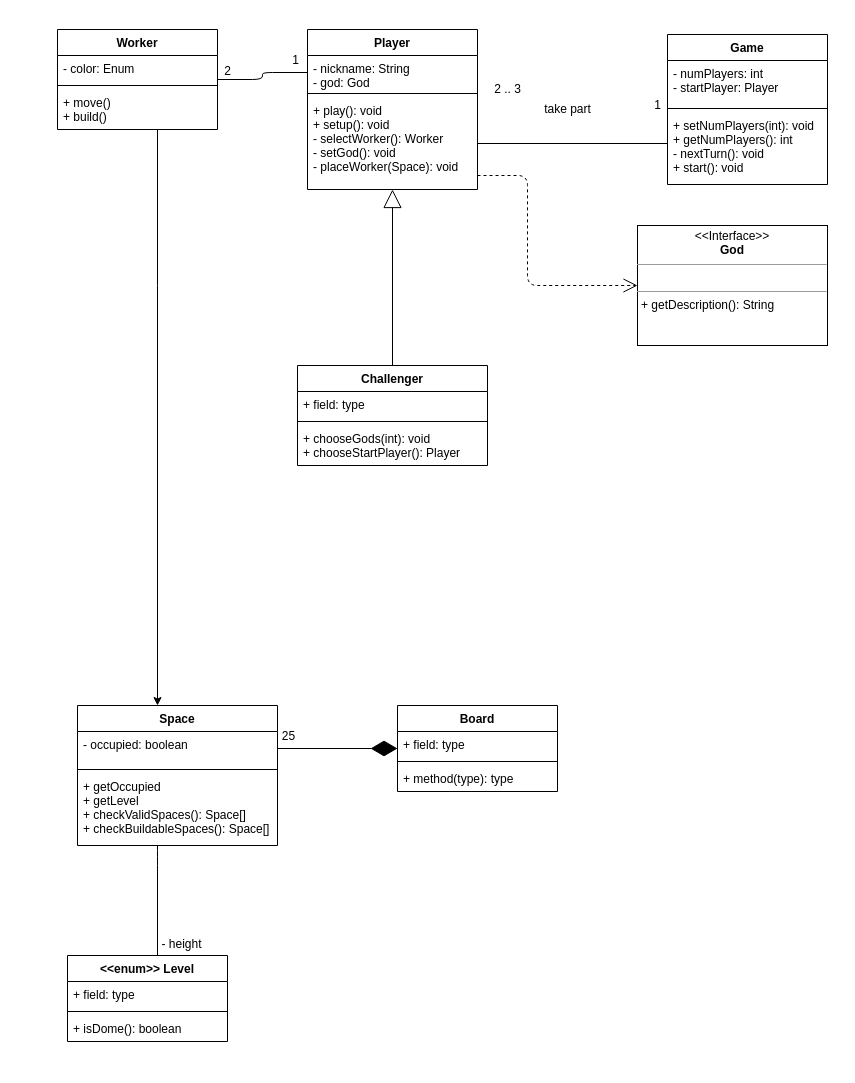
Before: UML_Diagram.drawio in massitaverna/ing-sw-2020-taverna-sorrentino-stagnoli, a draw.io diagram. Source tidied: cells renumbered, new cells numbered last; positions are measured from the earlier drawing's top-left corner, leaving out a move shared by most shapes. Both pictures are drawn from the tidied source at 100%, with x=0, y=0 at pixel (57, 29).
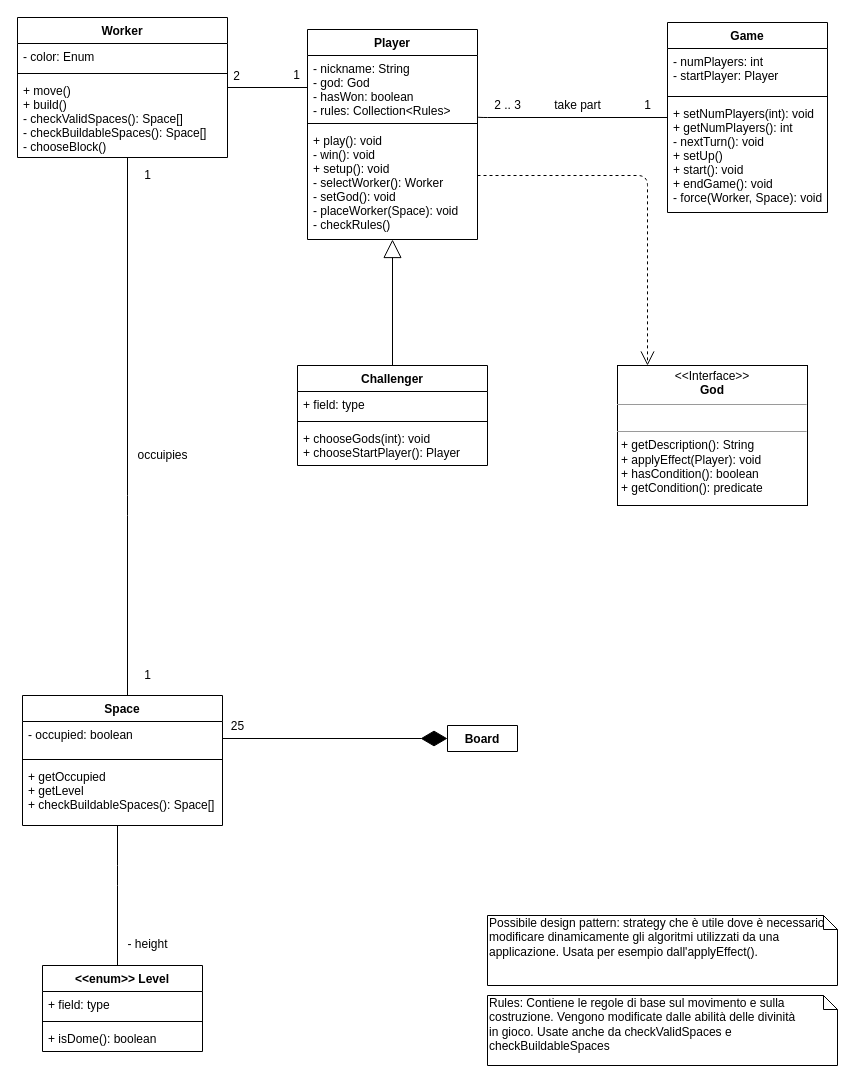
After the change.

The change refers to these unchanged cells:
```xml
<mxCell id="7" style="endArrow=none;html=1;edgeStyle=orthogonalEdgeStyle;fontFamily=Helvetica;fontSize=11;fontColor=#000000;align=center;strokeColor=#000000;" parent="1" edge="1" source="11" target="4">
  <mxGeometry relative="1" as="geometry" />
</mxCell>
<mxCell id="24" style="endArrow=diamondThin;endFill=1;endSize=24;html=1;fontFamily=Helvetica;fontSize=11;fontColor=#000000;align=center;strokeColor=#000000;edgeStyle=orthogonalEdgeStyle;" parent="1" edge="1" source="17" target="20">
  <mxGeometry relative="1" as="geometry" />
</mxCell>
```

Change to the diagram source:
```diff
@@
     <mxCell id="2" style="endArrow=open;endSize=12;dashed=1;html=1;fontFamily=Helvetica;fontSize=11;fontColor=#000000;align=center;strokeColor=#000000;edgeStyle=orthogonalEdgeStyle;" parent="1" edge="1" source="3" target="40">
       <mxGeometry relative="1" as="geometry">
         <Array as="points">
-          <mxPoint x="470" y="146" />
-          <mxPoint x="470" y="256" />
+          <mxPoint x="590" y="146" />
         </Array>
       </mxGeometry>
     </mxCell>
     <mxCell id="3" value="Player" style="swimlane;fontStyle=1;align=center;verticalAlign=top;horizontal=1;startSize=26;" parent="1" vertex="1">
-      <mxGeometry x="250" width="170" height="160" as="geometry" />
+      <mxGeometry x="250" width="170" height="210" as="geometry" />
     </mxCell>
-    <mxCell id="4" value="- nickname: String&#10;- god: God" style="text;strokeColor=none;fillColor=none;align=left;verticalAlign=top;spacingLeft=4;spacingRight=4;overflow=hidden;points=[[0,0.5],[1,0.5]];portConstraint=eastwest;" parent="3" vertex="1">
-      <mxGeometry y="26" width="170" height="34" as="geometry" />
+    <mxCell id="4" value="- nickname: String&#10;- god: God&#10;- hasWon: boolean&#10;- rules: Collection&lt;Rules&gt;" style="text;strokeColor=none;fillColor=none;align=left;verticalAlign=top;spacingLeft=4;spacingRight=4;overflow=hidden;points=[[0,0.5],[1,0.5]];portConstraint=eastwest;" parent="3" vertex="1">
+      <mxGeometry y="26" width="170" height="64" as="geometry" />
     </mxCell>
     <mxCell id="5" style="line;strokeWidth=1;fillColor=none;align=left;verticalAlign=middle;spacingTop=-1;spacingLeft=3;spacingRight=3;labelPosition=right;" parent="3" vertex="1">
-      <mxGeometry y="60" width="170" height="8" as="geometry" />
+      <mxGeometry y="90" width="170" height="8" as="geometry" />
     </mxCell>
-    <mxCell id="6" value="+ play(): void&#10;+ setup(): void&#10;- selectWorker(): Worker&#10;- setGod(): void&#10;- placeWorker(Space): void" style="text;strokeColor=none;fillColor=none;align=left;verticalAlign=top;spacingLeft=4;spacingRight=4;overflow=hidden;points=[[0,0.5],[1,0.5]];portConstraint=eastwest;" parent="3" vertex="1">
-      <mxGeometry y="68" width="170" height="92" as="geometry" />
+    <mxCell id="6" value="+ play(): void&#10;- win(): void&#10;+ setup(): void&#10;- selectWorker(): Worker&#10;- setGod(): void&#10;- placeWorker(Space): void&#10;- checkRules()" style="text;strokeColor=none;fillColor=none;align=left;verticalAlign=top;spacingLeft=4;spacingRight=4;overflow=hidden;points=[[0,0.5],[1,0.5]];portConstraint=eastwest;" parent="3" vertex="1">
+      <mxGeometry y="98" width="170" height="112" as="geometry" />
     </mxCell>
@@
     <mxCell id="8" value="2" style="text;html=1;align=center;verticalAlign=middle;labelBackgroundColor=#ffffff;" parent="7" vertex="1">
       <mxGeometry x="-0.81" y="-3" relative="1" as="geometry">
-        <mxPoint y="-12" as="offset" />
+        <mxPoint y="-15" as="offset" />
       </mxGeometry>
     </mxCell>
@@
-    <mxCell id="10" style="edgeStyle=orthogonalEdgeStyle;rounded=0;jettySize=auto;html=1;" parent="1" edge="1" source="11" target="16">
+    <mxCell id="10" style="endArrow=none;html=1;edgeStyle=orthogonalEdgeStyle;fontFamily=Helvetica;fontSize=11;fontColor=#000000;align=center;strokeColor=#000000;" parent="1" edge="1" source="11" target="16">
       <mxGeometry relative="1" as="geometry">
         <Array as="points">
-          <mxPoint x="100" y="256" />
-          <mxPoint x="100" y="256" />
+          <mxPoint x="70" y="476" />
+          <mxPoint x="70" y="476" />
         </Array>
       </mxGeometry>
     </mxCell>
-    <mxCell id="11" value="Worker" style="swimlane;fontStyle=1;align=center;verticalAlign=top;horizontal=1;startSize=26;" parent="1" vertex="1">
-      <mxGeometry width="160" height="100" as="geometry" />
-    </mxCell>
-    <mxCell id="12" value="- color: Enum" style="text;strokeColor=none;fillColor=none;align=left;verticalAlign=top;spacingLeft=4;spacingRight=4;overflow=hidden;" parent="11" vertex="1">
-      <mxGeometry y="26" width="160" height="26" as="geometry" />
-    </mxCell>
-    <mxCell id="13" style="line;strokeWidth=1;fillColor=none;align=left;verticalAlign=middle;spacingTop=-1;spacingLeft=3;spacingRight=3;labelPosition=right;" parent="11" vertex="1">
-      <mxGeometry y="52" width="160" height="8" as="geometry" />
-    </mxCell>
-    <mxCell id="14" value="+ move()&#10;+ build()" style="text;strokeColor=none;fillColor=none;align=left;verticalAlign=top;spacingLeft=4;spacingRight=4;overflow=hidden;" parent="11" vertex="1">
-      <mxGeometry y="60" width="160" height="40" as="geometry" />
-    </mxCell>
     <mxCell id="15" style="endArrow=none;html=1;edgeStyle=orthogonalEdgeStyle;fontFamily=Helvetica;fontSize=11;fontColor=#000000;align=center;strokeColor=#000000;" parent="1" edge="1" source="16" target="30">
       <mxGeometry relative="1" as="geometry">
         <Array as="points">
-          <mxPoint x="100" y="826" />
-          <mxPoint x="100" y="826" />
+          <mxPoint x="60" y="846" />
+          <mxPoint x="60" y="846" />
         </Array>
       </mxGeometry>
     </mxCell>
-    <mxCell id="16" value="Space" style="swimlane;fontStyle=1;align=center;verticalAlign=top;horizontal=1;startSize=26;" parent="1" vertex="1">
-      <mxGeometry x="20" y="676" width="200" height="140" as="geometry" />
-    </mxCell>
-    <mxCell id="17" value="- occupied: boolean" style="text;strokeColor=none;fillColor=none;align=left;verticalAlign=top;spacingLeft=4;spacingRight=4;overflow=hidden;points=[[0,0.5],[1,0.5]];portConstraint=eastwest;" parent="16" vertex="1">
-      <mxGeometry y="26" width="200" height="34" as="geometry" />
-    </mxCell>
-    <mxCell id="18" style="line;strokeWidth=1;fillColor=none;align=left;verticalAlign=middle;spacingTop=-1;spacingLeft=3;spacingRight=3;labelPosition=right;" parent="16" vertex="1">
-      <mxGeometry y="60" width="200" height="8" as="geometry" />
-    </mxCell>
-    <mxCell id="19" value="+ getOccupied&#10;+ getLevel&#10;+ checkValidSpaces(): Space[]&#10;+ checkBuildableSpaces(): Space[]" style="text;strokeColor=none;fillColor=none;align=left;verticalAlign=top;spacingLeft=4;spacingRight=4;overflow=hidden;" parent="16" vertex="1">
-      <mxGeometry y="68" width="200" height="72" as="geometry" />
-    </mxCell>
-    <mxCell id="20" value="Board" style="swimlane;fontStyle=1;align=center;verticalAlign=top;horizontal=1;startSize=26;" parent="1" vertex="1">
-      <mxGeometry x="340" y="676" width="160" height="86" as="geometry" />
-    </mxCell>
-    <mxCell id="21" value="+ field: type" style="text;strokeColor=none;fillColor=none;align=left;verticalAlign=top;spacingLeft=4;spacingRight=4;overflow=hidden;" parent="20" vertex="1">
-      <mxGeometry y="26" width="160" height="26" as="geometry" />
-    </mxCell>
-    <mxCell id="22" style="line;strokeWidth=1;fillColor=none;align=left;verticalAlign=middle;spacingTop=-1;spacingLeft=3;spacingRight=3;labelPosition=right;" parent="20" vertex="1">
-      <mxGeometry y="52" width="160" height="8" as="geometry" />
-    </mxCell>
-    <mxCell id="23" value="+ method(type): type" style="text;strokeColor=none;fillColor=none;align=left;verticalAlign=top;spacingLeft=4;spacingRight=4;overflow=hidden;" parent="20" vertex="1">
-      <mxGeometry y="60" width="160" height="26" as="geometry" />
-    </mxCell>
@@
     <mxCell id="25" value="25" style="text;html=1;align=center;verticalAlign=middle;labelBackgroundColor=#ffffff;" parent="24" vertex="1">
       <mxGeometry x="0.85" relative="1" as="geometry">
-        <mxPoint x="-100.8" y="-13" as="offset" />
+        <mxPoint x="-193.6" y="-13" as="offset" />
       </mxGeometry>
     </mxCell>
     <mxCell id="26" value="Game" style="swimlane;fontStyle=1;align=center;verticalAlign=top;horizontal=1;startSize=26;" parent="1" vertex="1">
-      <mxGeometry x="610" y="5" width="160" height="150" as="geometry" />
+      <mxGeometry x="610" y="-7" width="160" height="190" as="geometry" />
     </mxCell>
@@
-    <mxCell id="29" value="+ setNumPlayers(int): void&#10;+ getNumPlayers(): int&#10;- nextTurn(): void&#10;+ start(): void" style="text;strokeColor=none;fillColor=none;align=left;verticalAlign=top;spacingLeft=4;spacingRight=4;overflow=hidden;" parent="26" vertex="1">
-      <mxGeometry y="78" width="160" height="72" as="geometry" />
+    <mxCell id="29" value="+ setNumPlayers(int): void&#10;+ getNumPlayers(): int&#10;- nextTurn(): void&#10;+ setUp()&#10;+ start(): void&#10;+ endGame(): void&#10;- force(Worker, Space): void" style="text;strokeColor=none;fillColor=none;align=left;verticalAlign=top;spacingLeft=4;spacingRight=4;overflow=hidden;" parent="26" vertex="1">
+      <mxGeometry y="78" width="160" height="112" as="geometry" />
     </mxCell>
-    <mxCell id="30" value="&lt;&lt;enum&gt;&gt; Level" style="swimlane;fontStyle=1;align=center;verticalAlign=top;horizontal=1;startSize=26;" parent="1" vertex="1">
-      <mxGeometry x="10" y="926" width="160" height="86" as="geometry" />
-    </mxCell>
-    <mxCell id="31" value="+ field: type" style="text;strokeColor=none;fillColor=none;align=left;verticalAlign=top;spacingLeft=4;spacingRight=4;overflow=hidden;" parent="30" vertex="1">
-      <mxGeometry y="26" width="160" height="26" as="geometry" />
-    </mxCell>
-    <mxCell id="32" style="line;strokeWidth=1;fillColor=none;align=left;verticalAlign=middle;spacingTop=-1;spacingLeft=3;spacingRight=3;labelPosition=right;" parent="30" vertex="1">
-      <mxGeometry y="52" width="160" height="8" as="geometry" />
-    </mxCell>
-    <mxCell id="33" value="+ isDome(): boolean" style="text;strokeColor=none;fillColor=none;align=left;verticalAlign=top;spacingLeft=4;spacingRight=4;overflow=hidden;" parent="30" vertex="1">
-      <mxGeometry y="60" width="160" height="26" as="geometry" />
-    </mxCell>
+    <mxCell id="11" value="Worker" style="swimlane;fontStyle=1;align=center;verticalAlign=top;horizontal=1;startSize=26;" parent="1" vertex="1">
+      <mxGeometry x="-40" y="-12" width="210" height="140" as="geometry" />
+    </mxCell>
+    <mxCell id="12" value="- color: Enum" style="text;strokeColor=none;fillColor=none;align=left;verticalAlign=top;spacingLeft=4;spacingRight=4;overflow=hidden;" parent="11" vertex="1">
+      <mxGeometry y="26" width="210" height="26" as="geometry" />
+    </mxCell>
+    <mxCell id="13" style="line;strokeWidth=1;fillColor=none;align=left;verticalAlign=middle;spacingTop=-1;spacingLeft=3;spacingRight=3;labelPosition=right;" parent="11" vertex="1">
+      <mxGeometry y="52" width="210" height="8" as="geometry" />
+    </mxCell>
+    <mxCell id="14" value="+ move()&#10;+ build()&#10;- checkValidSpaces(): Space[]&#10;- checkBuildableSpaces(): Space[]&#10;- chooseBlock()" style="text;strokeColor=none;fillColor=none;align=left;verticalAlign=top;spacingLeft=4;spacingRight=4;overflow=hidden;" parent="11" vertex="1">
+      <mxGeometry y="60" width="210" height="80" as="geometry" />
+    </mxCell>
     <mxCell id="34" value="- height" style="text;html=1;align=center;verticalAlign=middle;" parent="1" vertex="1">
-      <mxGeometry x="94" y="905" width="60" height="20" as="geometry" />
+      <mxGeometry x="60" y="905" width="60" height="20" as="geometry" />
     </mxCell>
@@
-    <mxCell id="40" value="&lt;p style=&quot;margin: 0px ; margin-top: 4px ; text-align: center&quot;&gt;&amp;lt;&amp;lt;Interface&amp;gt;&amp;gt;&lt;br&gt;&lt;b&gt;God&lt;/b&gt;&lt;/p&gt;&lt;hr size=&quot;1&quot;&gt;&lt;p style=&quot;margin: 0px ; margin-left: 4px&quot;&gt;&lt;br&gt;&lt;/p&gt;&lt;hr size=&quot;1&quot;&gt;&lt;p style=&quot;margin: 0px ; margin-left: 4px&quot;&gt;+ getDescription(): String&lt;/p&gt;" style="verticalAlign=top;align=left;overflow=fill;fontSize=12;fontFamily=Helvetica;html=1;" parent="1" vertex="1">
-      <mxGeometry x="580" y="196" width="190" height="120" as="geometry" />
+    <mxCell id="40" value="&lt;p style=&quot;margin: 0px ; margin-top: 4px ; text-align: center&quot;&gt;&amp;lt;&amp;lt;Interface&amp;gt;&amp;gt;&lt;br&gt;&lt;b&gt;God&lt;/b&gt;&lt;/p&gt;&lt;hr size=&quot;1&quot;&gt;&lt;p style=&quot;margin: 0px ; margin-left: 4px&quot;&gt;&lt;br&gt;&lt;/p&gt;&lt;hr size=&quot;1&quot;&gt;&lt;p style=&quot;margin: 0px ; margin-left: 4px&quot;&gt;+ getDescription(): String&lt;/p&gt;&lt;p style=&quot;margin: 0px ; margin-left: 4px&quot;&gt;+ applyEffect(Player): void&lt;/p&gt;&lt;p style=&quot;margin: 0px ; margin-left: 4px&quot;&gt;+ hasCondition(): boolean&lt;/p&gt;&lt;p style=&quot;margin: 0px ; margin-left: 4px&quot;&gt;+ getCondition(): predicate&lt;/p&gt;&lt;p style=&quot;margin: 0px ; margin-left: 4px&quot;&gt;&lt;br&gt;&lt;/p&gt;" style="verticalAlign=top;align=left;overflow=fill;fontSize=12;fontFamily=Helvetica;html=1;" parent="1" vertex="1">
+      <mxGeometry x="560" y="336" width="190" height="140" as="geometry" />
     </mxCell>
@@
     <mxCell id="42" value="take part" style="text;html=1;align=center;verticalAlign=middle;" parent="1" vertex="1">
-      <mxGeometry x="480" y="70" width="60" height="20" as="geometry" />
+      <mxGeometry x="490" y="66" width="60" height="20" as="geometry" />
     </mxCell>
     <mxCell id="43" value="1" style="text;html=1;align=center;verticalAlign=middle;" parent="1" vertex="1">
-      <mxGeometry x="590" y="66" width="20" height="20" as="geometry" />
+      <mxGeometry x="580" y="66" width="20" height="20" as="geometry" />
     </mxCell>
     <mxCell id="44" value="2 .. 3" style="text;html=1;align=center;verticalAlign=middle;" parent="1" vertex="1">
-      <mxGeometry x="430" y="50" width="40" height="20" as="geometry" />
+      <mxGeometry x="430" y="66" width="40" height="20" as="geometry" />
     </mxCell>
+    <mxCell id="45" value="&lt;span style=&quot;text-align: center ; white-space: nowrap&quot;&gt;Rules: Contiene le regole di base sul movimento e sulla&lt;/span&gt;&lt;br style=&quot;text-align: center ; white-space: nowrap&quot;&gt;&lt;span style=&quot;text-align: center ; white-space: nowrap&quot;&gt;costruzione. Vengono modificate dalle abilità delle divinità&amp;nbsp;&lt;/span&gt;&lt;br style=&quot;text-align: center ; white-space: nowrap&quot;&gt;&lt;span style=&quot;text-align: center ; white-space: nowrap&quot;&gt;in gioco. Usate anche da checkValidSpaces e&amp;nbsp;&lt;/span&gt;&lt;br style=&quot;text-align: center ; white-space: nowrap&quot;&gt;&lt;span style=&quot;text-align: center ; white-space: nowrap&quot;&gt;checkBuildableSpaces&lt;/span&gt;" style="shape=note;whiteSpace=wrap;html=1;size=14;verticalAlign=top;align=left;spacingTop=-6;" parent="1" vertex="1">
+      <mxGeometry x="430" y="966" width="350" height="70" as="geometry" />
+    </mxCell>
+    <mxCell id="16" value="Space" style="swimlane;fontStyle=1;align=center;verticalAlign=top;horizontal=1;startSize=26;" parent="1" vertex="1">
+      <mxGeometry x="-35" y="666" width="200" height="130" as="geometry" />
+    </mxCell>
+    <mxCell id="17" value="- occupied: boolean" style="text;strokeColor=none;fillColor=none;align=left;verticalAlign=top;spacingLeft=4;spacingRight=4;overflow=hidden;points=[[0,0.5],[1,0.5]];portConstraint=eastwest;" parent="16" vertex="1">
+      <mxGeometry y="26" width="200" height="34" as="geometry" />
+    </mxCell>
+    <mxCell id="18" style="line;strokeWidth=1;fillColor=none;align=left;verticalAlign=middle;spacingTop=-1;spacingLeft=3;spacingRight=3;labelPosition=right;" parent="16" vertex="1">
+      <mxGeometry y="60" width="200" height="8" as="geometry" />
+    </mxCell>
+    <mxCell id="19" value="+ getOccupied&#10;+ getLevel&#10;+ checkBuildableSpaces(): Space[]" style="text;strokeColor=none;fillColor=none;align=left;verticalAlign=top;spacingLeft=4;spacingRight=4;overflow=hidden;" parent="16" vertex="1">
+      <mxGeometry y="68" width="200" height="62" as="geometry" />
+    </mxCell>
+    <mxCell id="30" value="&lt;&lt;enum&gt;&gt; Level" style="swimlane;fontStyle=1;align=center;verticalAlign=top;horizontal=1;startSize=26;" parent="1" vertex="1">
+      <mxGeometry x="-15" y="936" width="160" height="86" as="geometry" />
+    </mxCell>
+    <mxCell id="31" value="+ field: type" style="text;strokeColor=none;fillColor=none;align=left;verticalAlign=top;spacingLeft=4;spacingRight=4;overflow=hidden;" parent="30" vertex="1">
+      <mxGeometry y="26" width="160" height="26" as="geometry" />
+    </mxCell>
+    <mxCell id="32" style="line;strokeWidth=1;fillColor=none;align=left;verticalAlign=middle;spacingTop=-1;spacingLeft=3;spacingRight=3;labelPosition=right;" parent="30" vertex="1">
+      <mxGeometry y="52" width="160" height="8" as="geometry" />
+    </mxCell>
+    <mxCell id="33" value="+ isDome(): boolean" style="text;strokeColor=none;fillColor=none;align=left;verticalAlign=top;spacingLeft=4;spacingRight=4;overflow=hidden;" parent="30" vertex="1">
+      <mxGeometry y="60" width="160" height="26" as="geometry" />
+    </mxCell>
+    <mxCell id="46" value="1" style="text;html=1;align=center;verticalAlign=middle;" parent="1" vertex="1">
+      <mxGeometry x="80" y="136" width="20" height="20" as="geometry" />
+    </mxCell>
+    <mxCell id="47" value="1" style="text;html=1;align=center;verticalAlign=middle;" parent="1" vertex="1">
+      <mxGeometry x="80" y="636" width="20" height="20" as="geometry" />
+    </mxCell>
+    <mxCell id="48" value="occuipies" style="text;html=1;align=center;verticalAlign=middle;rotation=0;" parent="1" vertex="1">
+      <mxGeometry x="70" y="416" width="70" height="20" as="geometry" />
+    </mxCell>
+    <mxCell id="20" value="Board" style="swimlane;fontStyle=1;align=center;verticalAlign=top;horizontal=1;startSize=26;" parent="1" vertex="1" collapsed="1">
+      <mxGeometry x="390" y="696" width="70" height="26" as="geometry" />
+    </mxCell>
+    <mxCell id="49" value="Possibile design pattern: strategy che è utile dove è necessario modificare dinamicamente gli algoritmi utilizzati da una applicazione. Usata per esempio dall'applyEffect()." style="shape=note;whiteSpace=wrap;html=1;size=14;verticalAlign=top;align=left;spacingTop=-6;" parent="1" vertex="1">
+      <mxGeometry x="430" y="886" width="350" height="70" as="geometry" />
+    </mxCell>
```
